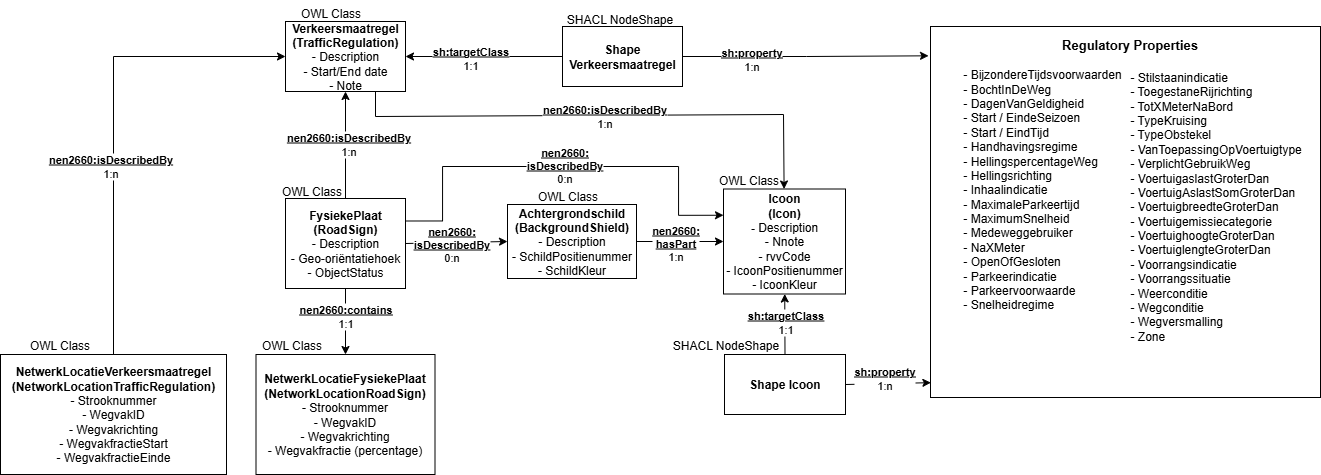
The draw.io diagram docs/InformationModelVerkeersborden_schema/informatiemodel-verkeersborden.png in Stichting-CROW/verkeersborden, before a commit. Source tidied: cells renumbered, new cells last; positions are measured from the earlier drawing's top-left corner, leaving out a move shared by most shapes.
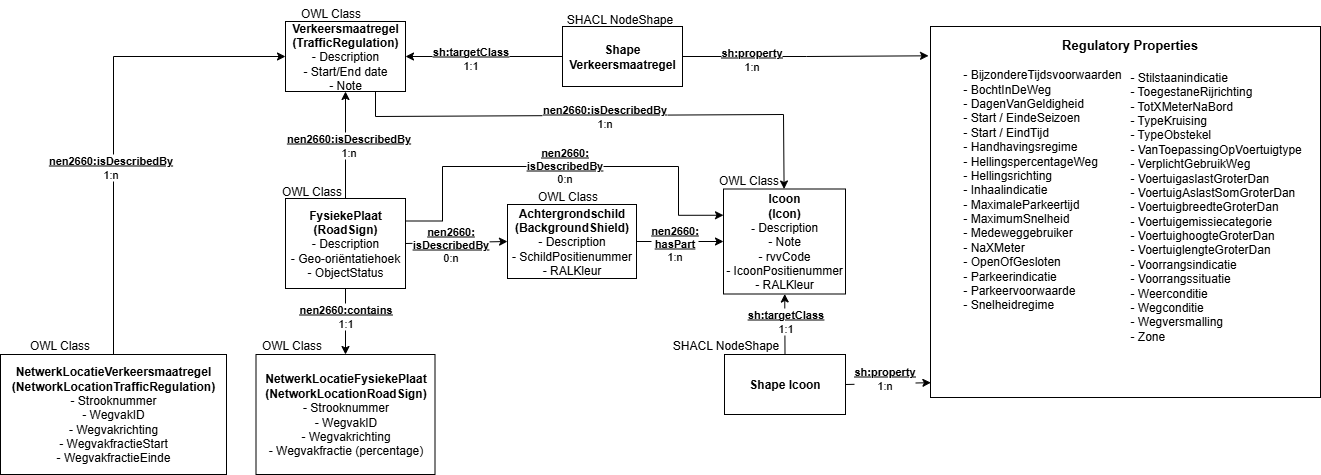
The same file after the commit.

The edit, as a diff of the source:
```diff
@@ -89,7 +89,7 @@
     <mxCell id="22" value="&lt;div&gt;&lt;br&gt;&lt;/div&gt;&lt;div&gt;&lt;span style=&quot;&quot;&gt;&lt;/span&gt;&lt;/div&gt;" style="rounded=0;whiteSpace=wrap;html=1;fontColor=#000000;" parent="1" vertex="1">
       <mxGeometry x="930" y="26" width="390" height="371" as="geometry" />
     </mxCell>
-    <mxCell id="23" value="&lt;div&gt;&lt;b&gt;Icoon&lt;/b&gt;&lt;/div&gt;&lt;div&gt;&lt;b&gt;(Icon)&lt;br&gt;&lt;/b&gt;&lt;/div&gt;&lt;div&gt;&lt;b&gt;-&amp;nbsp;&lt;/b&gt;&lt;span style=&quot;background-color: transparent;&quot;&gt;Description&lt;/span&gt;&lt;/div&gt;&lt;div&gt;- Nnote&lt;/div&gt;&lt;div&gt;- rvvCode&lt;/div&gt;&lt;div&gt;- IcoonPositienummer&lt;/div&gt;&lt;div&gt;- IcoonKleur&lt;/div&gt;" style="rounded=0;whiteSpace=wrap;html=1;fontColor=#000000;" parent="1" vertex="1">
+    <mxCell id="23" value="&lt;div&gt;&lt;b&gt;Icoon&lt;/b&gt;&lt;/div&gt;&lt;div&gt;&lt;b&gt;(Icon)&lt;br&gt;&lt;/b&gt;&lt;/div&gt;&lt;div&gt;&lt;b&gt;-&amp;nbsp;&lt;/b&gt;&lt;span style=&quot;background-color: transparent;&quot;&gt;Description&lt;/span&gt;&lt;/div&gt;&lt;div&gt;- Note&lt;/div&gt;&lt;div&gt;- rvvCode&lt;/div&gt;&lt;div&gt;- IcoonPositienummer&lt;/div&gt;&lt;div&gt;- RALKleur&lt;/div&gt;" style="rounded=0;whiteSpace=wrap;html=1;fontColor=#000000;" parent="1" vertex="1">
       <mxGeometry x="723" y="188.5" width="122" height="105" as="geometry" />
     </mxCell>
     <mxCell id="24" style="edgeStyle=none;html=1;exitX=1;exitY=0.5;exitDx=0;exitDy=0;entryX=0;entryY=0.5;entryDx=0;entryDy=0;fontColor=#000000;" parent="1" edge="1" source="26" target="23">
@@ -100,7 +100,7 @@
         <mxPoint x="5" y="1" as="offset" />
       </mxGeometry>
     </mxCell>
-    <mxCell id="26" value="&lt;div&gt;&lt;b&gt;Achtergrondschild&lt;/b&gt;&lt;/div&gt;&lt;div&gt;&lt;b&gt;(&lt;/b&gt;&lt;b&gt;&lt;/b&gt;&lt;b&gt;BackgroundShield&lt;/b&gt;&lt;b&gt;)&lt;br&gt;&lt;/b&gt;&lt;/div&gt;&lt;div&gt;&lt;span style=&quot;background-color: initial;&quot;&gt;-&amp;nbsp;&lt;/span&gt;&lt;span style=&quot;background-color: transparent;&quot;&gt;Description&lt;/span&gt;&lt;/div&gt;&lt;div&gt;&lt;span style=&quot;background-color: transparent;&quot;&gt;- SchildPositienummer&lt;/span&gt;&lt;/div&gt;&lt;div&gt;&lt;span style=&quot;background-color: transparent;&quot;&gt;- SchildKleur&lt;/span&gt;&lt;/div&gt;" style="rounded=0;whiteSpace=wrap;html=1;fontColor=#000000;" parent="1" vertex="1">
+    <mxCell id="26" value="&lt;div&gt;&lt;b&gt;Achtergrondschild&lt;/b&gt;&lt;/div&gt;&lt;div&gt;&lt;b&gt;(&lt;/b&gt;&lt;b&gt;&lt;/b&gt;&lt;b&gt;BackgroundShield&lt;/b&gt;&lt;b&gt;)&lt;br&gt;&lt;/b&gt;&lt;/div&gt;&lt;div&gt;&lt;span style=&quot;background-color: initial;&quot;&gt;-&amp;nbsp;&lt;/span&gt;&lt;span style=&quot;background-color: transparent;&quot;&gt;Description&lt;/span&gt;&lt;/div&gt;&lt;div&gt;&lt;span style=&quot;background-color: transparent;&quot;&gt;- SchildPositienummer&lt;/span&gt;&lt;/div&gt;&lt;div&gt;&lt;span style=&quot;background-color: transparent;&quot;&gt;- RALKleur&lt;/span&gt;&lt;/div&gt;" style="rounded=0;whiteSpace=wrap;html=1;fontColor=#000000;" parent="1" vertex="1">
       <mxGeometry x="507" y="204" width="129" height="74" as="geometry" />
     </mxCell>
     <mxCell id="27" value="&lt;div&gt;&lt;br&gt;&lt;/div&gt;&lt;div style=&quot;text-align: left;&quot;&gt;- BijzondereTijdsvoorwaarden&lt;/div&gt;&lt;div style=&quot;text-align: left;&quot;&gt;- BochtInDeWeg&lt;/div&gt;&lt;div style=&quot;text-align: left;&quot;&gt;- DagenVanGeldigheid&lt;/div&gt;&lt;span style=&quot;&quot;&gt;&lt;div style=&quot;text-align: left;&quot;&gt;&lt;span style=&quot;background-color: transparent;&quot;&gt;- Start / EindeSeizoen&lt;/span&gt;&lt;/div&gt;&lt;/span&gt;&lt;div&gt;&lt;div style=&quot;text-align: left;&quot;&gt;&lt;span style=&quot;background-color: transparent;&quot;&gt;- Start / EindTijd&lt;/span&gt;&lt;/div&gt;&lt;div style=&quot;text-align: left;&quot;&gt;&lt;span style=&quot;background-color: transparent;&quot;&gt;-&amp;nbsp;&lt;/span&gt;&lt;span style=&quot;background-color: transparent;&quot;&gt;Handhavingsregime&lt;/span&gt;&lt;/div&gt;&lt;div style=&quot;text-align: left;&quot;&gt;&lt;span style=&quot;background-color: transparent;&quot;&gt;-&amp;nbsp;&lt;/span&gt;&lt;span style=&quot;background-color: transparent;&quot;&gt;HellingspercentageWeg&lt;/span&gt;&lt;/div&gt;&lt;div style=&quot;text-align: left;&quot;&gt;&lt;span style=&quot;background-color: transparent;&quot;&gt;-&amp;nbsp;Hellingsrichting&lt;/span&gt;&lt;/div&gt;&lt;div&gt;&lt;/div&gt;&lt;span style=&quot;&quot;&gt;&lt;div style=&quot;text-align: left;&quot;&gt;&lt;span style=&quot;background-color: transparent;&quot;&gt;- Inhaalindicatie&lt;/span&gt;&lt;/div&gt;&lt;/span&gt;&lt;/div&gt;&lt;div&gt;&lt;span style=&quot;&quot;&gt;&lt;/span&gt;&lt;/div&gt;&lt;span style=&quot;&quot;&gt;&lt;div style=&quot;text-align: left;&quot;&gt;&lt;span style=&quot;background-color: transparent;&quot;&gt;- MaximaleParkeertijd&lt;/span&gt;&lt;/div&gt;&lt;/span&gt;&lt;div style=&quot;text-align: left;&quot;&gt;&lt;span style=&quot;&quot;&gt;- MaximumSnelheid&lt;/span&gt;&lt;/div&gt;&lt;div&gt;&lt;span style=&quot;&quot;&gt;&lt;/span&gt;&lt;/div&gt;&lt;span style=&quot;&quot;&gt;&lt;div style=&quot;text-align: left;&quot;&gt;&lt;span style=&quot;background-color: transparent;&quot;&gt;- Medeweggebruiker&lt;/span&gt;&lt;/div&gt;&lt;/span&gt;&lt;div style=&quot;text-align: left;&quot;&gt;&lt;span style=&quot;&quot;&gt;- NaXMeter&lt;/span&gt;&lt;span style=&quot;&quot;&gt;&lt;/span&gt;&lt;/div&gt;&lt;div&gt;&lt;span style=&quot;&quot;&gt;&lt;/span&gt;&lt;/div&gt;&lt;span style=&quot;&quot;&gt;&lt;div style=&quot;text-align: left;&quot;&gt;&lt;span style=&quot;background-color: transparent;&quot;&gt;- OpenOfGesloten&lt;/span&gt;&lt;/div&gt;&lt;/span&gt;&lt;div&gt;&lt;span style=&quot;&quot;&gt;&lt;/span&gt;&lt;/div&gt;&lt;span style=&quot;&quot;&gt;&lt;div style=&quot;text-align: left;&quot;&gt;&lt;span style=&quot;background-color: transparent;&quot;&gt;- Parkeerindicatie&lt;/span&gt;&lt;/div&gt;&lt;/span&gt;&lt;div style=&quot;text-align: left;&quot;&gt;&lt;span style=&quot;&quot;&gt;- Parkeervoorwaarde&lt;/span&gt;&lt;/div&gt;&lt;div&gt;&lt;span style=&quot;&quot;&gt;&lt;div style=&quot;&quot;&gt;&lt;span style=&quot;&quot;&gt;&lt;/span&gt;&lt;/div&gt;&lt;span style=&quot;&quot;&gt;&lt;div style=&quot;text-align: left;&quot;&gt;&lt;span style=&quot;background-color: transparent;&quot;&gt;- Snelheidregime&lt;/span&gt;&lt;/div&gt;&lt;/span&gt;&lt;/span&gt;&lt;/div&gt;&lt;div&gt;&lt;span style=&quot;&quot;&gt;&lt;span style=&quot;&quot;&gt;&lt;br&gt;&lt;/span&gt;&lt;/span&gt;&lt;/div&gt;" style="text;html=1;align=center;verticalAlign=middle;whiteSpace=wrap;rounded=0;fontColor=#000000;" parent="1" vertex="1">
```
